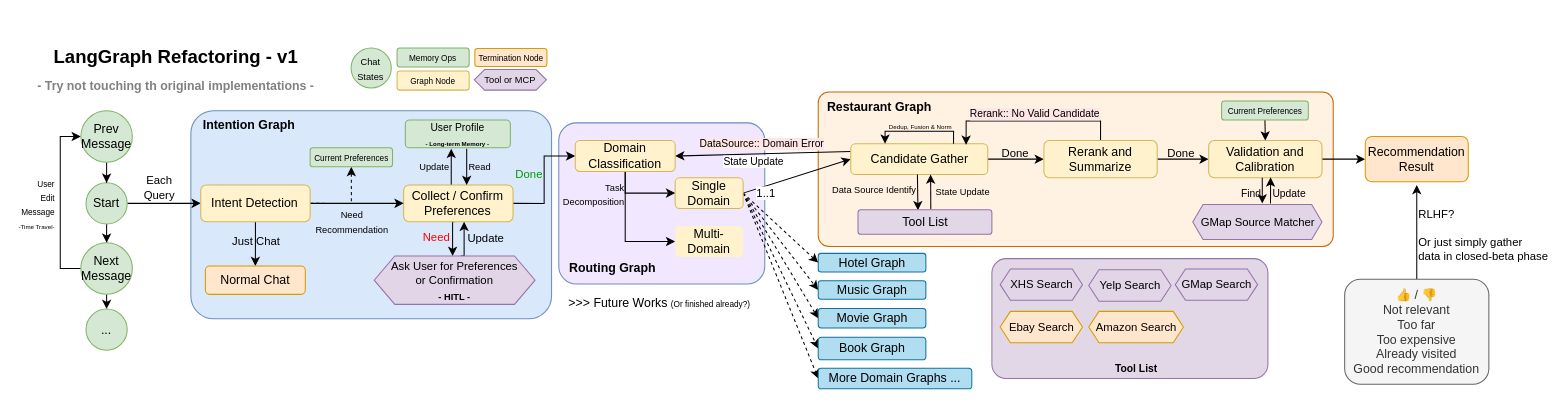
Grey-z/Meta-Recommendation keeps this draw.io diagram as page "LangGraph Ref" (2 of 2) of MetaRec-SystemDiagram.drawio. Above is the earlier version. Source tidied: cells renumbered, new cells numbered last; positions are measured from the earlier drawing's top-left corner, leaving out a move shared by most shapes. Both pictures are drawn from the tidied source at 103%, with x=0, y=0 at pixel (46, 47).
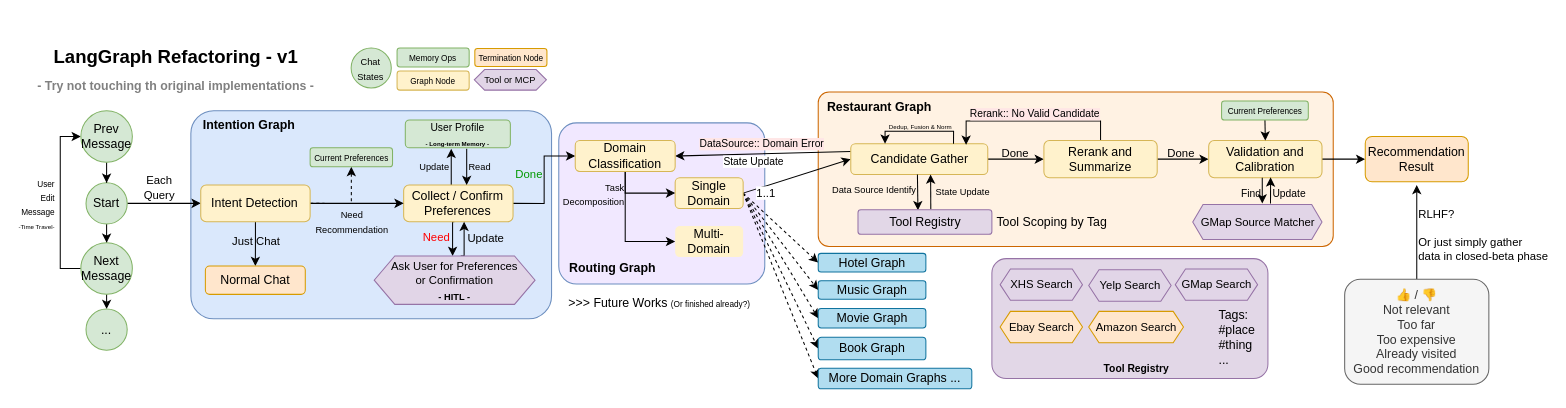
After the change.

Commit message:
doc: Tool List renamed to tool registry

Diff of the diagram source:
```diff
@@
-    <mxCell id="99" value="&lt;span style=&quot;font-size: 10px;&quot;&gt;&lt;b&gt;Tool List&lt;/b&gt;&lt;/span&gt;" style="text;html=1;align=center;verticalAlign=middle;whiteSpace=wrap;rounded=0;" parent="1" vertex="1">
+    <mxCell id="99" value="&lt;span style=&quot;font-size: 10px;&quot;&gt;&lt;b&gt;Tool Registry&lt;/b&gt;&lt;/span&gt;" style="text;html=1;align=center;verticalAlign=middle;whiteSpace=wrap;rounded=0;" parent="1" vertex="1">
       <mxGeometry x="995.8" y="301" width="123.5" height="20" as="geometry" />
     </mxCell>
@@
-    <mxCell id="102" value="Tool List" style="rounded=1;whiteSpace=wrap;html=1;fillColor=#E2D7E7;strokeColor=#9673a6;arcSize=12;" parent="1" vertex="1">
+    <mxCell id="102" value="Tool Registry" style="rounded=1;whiteSpace=wrap;html=1;fillColor=#E2D7E7;strokeColor=#9673a6;arcSize=12;" parent="1" vertex="1">
       <mxGeometry x="787.5" y="157.2" width="130" height="23.8" as="geometry" />
     </mxCell>
+    <mxCell id="103" value="Tags:&lt;br&gt;#place&lt;br&gt;#thing&lt;br&gt;..." style="text;html=1;align=left;verticalAlign=middle;whiteSpace=wrap;rounded=0;" parent="1" vertex="1">
+      <mxGeometry x="1136" y="251" width="49.5" height="60" as="geometry" />
+    </mxCell>
+    <mxCell id="104" value="Tool Scoping by Tag" style="text;html=1;align=center;verticalAlign=middle;whiteSpace=wrap;rounded=0;" parent="1" vertex="1">
+      <mxGeometry x="918.5" y="154.1" width="114" height="30" as="geometry" />
+    </mxCell>
```
